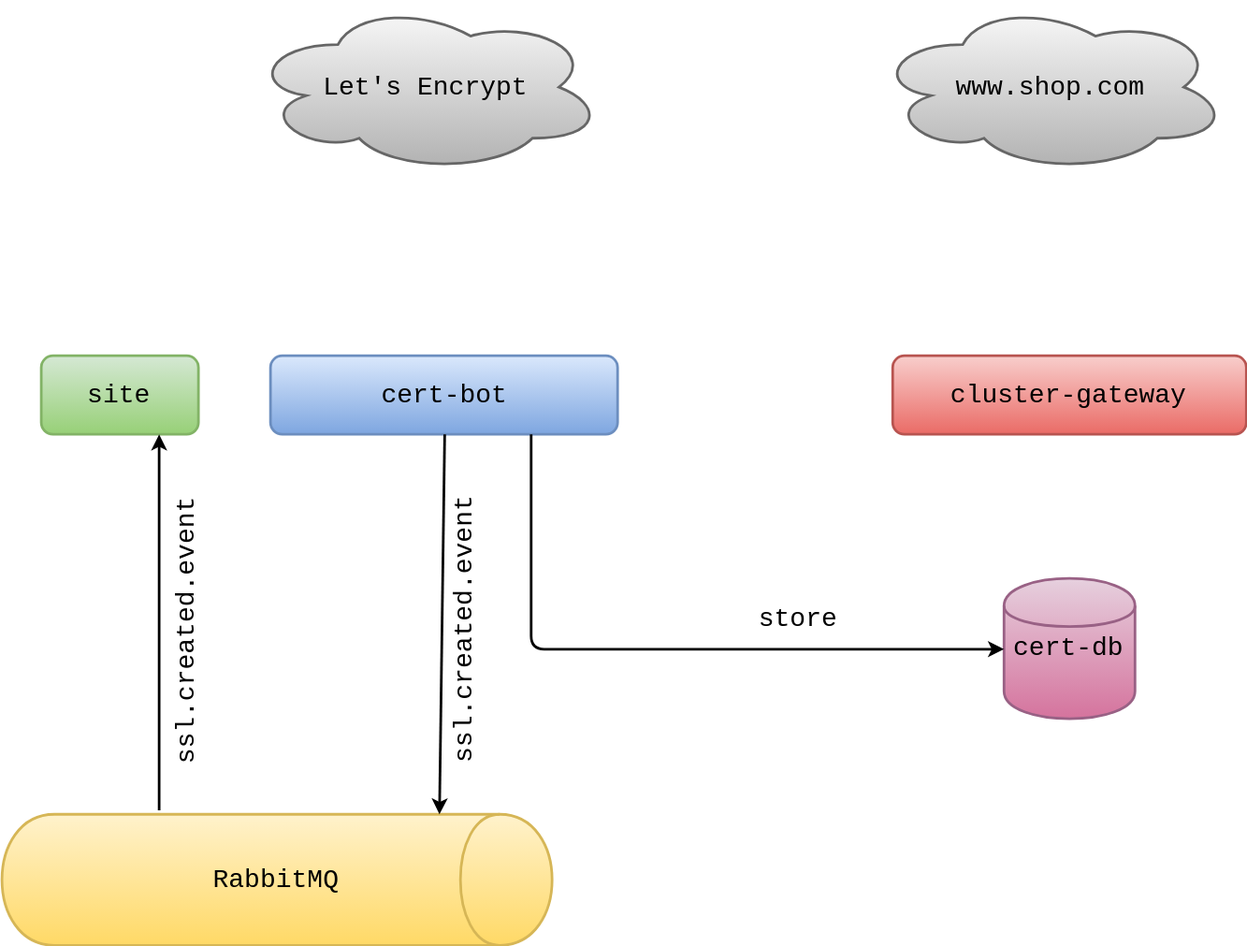
The draw.io diagram presentations/lets-encrypt/img/certbot-3.svg in unabris/epages-docs, before a commit. Source tidied: cells renumbered, new cells last; positions are measured from the earlier drawing's top-left corner, leaving out a move shared by most shapes. The source it was exported from:
```xml
<mxGraphModel background="#ffffff">
  <root>
    <mxCell id="0" />
    <mxCell id="1" parent="0" />
    <mxCell id="2" value="cluster-gateway" style="rounded=1;whiteSpace=wrap;html=1;shadow=0;glass=0;comic=0;labelBackgroundColor=none;strokeColor=#b85450;strokeWidth=2;fillColor=#f8cecc;fontFamily=Courier New;fontSize=20;fontColor=#000000;align=center;gradientColor=#ea6b66;" parent="1" vertex="1">
      <mxGeometry x="680" y="270" width="270" height="60" as="geometry" />
    </mxCell>
    <mxCell id="3" value="RabbitMQ" style="shape=cylinder;whiteSpace=wrap;html=1;rounded=1;shadow=0;glass=0;comic=0;labelBackgroundColor=none;strokeColor=#d6b656;strokeWidth=2;fillColor=#fff2cc;gradientColor=#ffd966;fontFamily=Courier New;fontSize=20;fontColor=#000000;align=center;direction=south;gradientDirection=east;" parent="1" vertex="1">
      <mxGeometry y="620" width="420" height="100" as="geometry" />
    </mxCell>
    <mxCell id="4" value="cert-db" style="shape=cylinder;whiteSpace=wrap;html=1;rounded=1;shadow=0;glass=0;comic=0;labelBackgroundColor=none;strokeColor=#996185;strokeWidth=2;fillColor=#e6d0de;gradientColor=#d5739d;fontFamily=Courier New;fontSize=20;fontColor=#000000;align=center;" parent="1" vertex="1">
      <mxGeometry x="765" y="440" width="100" height="107" as="geometry" />
    </mxCell>
    <mxCell id="5" value="Let's Encrypt" style="ellipse;shape=cloud;whiteSpace=wrap;html=1;rounded=1;shadow=0;glass=0;comic=0;labelBackgroundColor=none;strokeColor=#666666;strokeWidth=2;fillColor=#f5f5f5;gradientColor=#b3b3b3;fontFamily=Courier New;fontSize=20;fontColor=#000000;align=center;" parent="1" vertex="1">
      <mxGeometry x="189" width="270" height="130" as="geometry" />
    </mxCell>
    <mxCell id="6" value="cert-bot" style="rounded=1;whiteSpace=wrap;html=1;shadow=0;glass=0;comic=0;labelBackgroundColor=none;strokeColor=#6c8ebf;strokeWidth=2;fillColor=#dae8fc;gradientColor=#7ea6e0;fontFamily=Courier New;fontSize=20;fontColor=#000000;align=center;" parent="1" vertex="1">
      <mxGeometry x="205" y="270" width="265" height="60" as="geometry" />
    </mxCell>
    <mxCell id="7" value="site" style="rounded=1;whiteSpace=wrap;html=1;shadow=0;glass=0;comic=0;labelBackgroundColor=none;strokeColor=#82b366;strokeWidth=2;fillColor=#d5e8d4;gradientColor=#97d077;fontFamily=Courier New;fontSize=20;fontColor=#000000;align=center;" parent="1" vertex="1">
      <mxGeometry x="30" y="270" width="120" height="60" as="geometry" />
    </mxCell>
    <mxCell id="8" value="www.shop.com" style="ellipse;shape=cloud;whiteSpace=wrap;html=1;rounded=1;shadow=0;glass=0;comic=0;labelBackgroundColor=none;strokeColor=#666666;strokeWidth=2;fillColor=#f5f5f5;gradientColor=#b3b3b3;fontFamily=Courier New;fontSize=20;fontColor=#000000;align=center;" parent="1" vertex="1">
      <mxGeometry x="666" width="270" height="130" as="geometry" />
    </mxCell>
    <mxCell id="9" style="endArrow=classic;html=1;shadow=0;strokeColor=#000000;strokeWidth=2;gradientColor=none;fontFamily=Courier New;fontSize=20;fontColor=#000000;exitX=0.5;exitY=1;" parent="1" edge="1" source="6">
      <mxGeometry relative="1" as="geometry">
        <mxPoint x="334" y="620" as="targetPoint" />
      </mxGeometry>
    </mxCell>
    <mxCell id="10" value="ssl.created.event" style="text;html=1;align=center;verticalAlign=middle;labelBackgroundColor=#ffffff;fontSize=20;fontFamily=Courier New;fontColor=#000000;rotation=270;" parent="9" vertex="1">
      <mxGeometry x="-0.51" y="-3" relative="1" as="geometry">
        <mxPoint x="18" y="79" as="offset" />
      </mxGeometry>
    </mxCell>
    <mxCell id="11" style="endArrow=classic;html=1;shadow=0;strokeColor=#000000;strokeWidth=2;gradientColor=none;fontFamily=Courier New;fontSize=20;fontColor=#000000;entryX=0.75;entryY=1;" parent="1" edge="1" target="7">
      <mxGeometry relative="1" as="geometry">
        <mxPoint x="120" y="617" as="sourcePoint" />
      </mxGeometry>
    </mxCell>
    <mxCell id="12" value="ssl.created.event" style="text;html=1;align=center;verticalAlign=middle;labelBackgroundColor=#ffffff;fontSize=20;fontFamily=Courier New;fontColor=#000000;rotation=270;" parent="11" vertex="1">
      <mxGeometry x="-0.01" relative="1" as="geometry">
        <mxPoint x="20" y="5" as="offset" />
      </mxGeometry>
    </mxCell>
    <mxCell id="13" style="endArrow=classic;html=1;shadow=0;strokeColor=#000000;strokeWidth=2;gradientColor=none;fontFamily=Courier New;fontSize=20;fontColor=#000000;entryX=0;entryY=0.5;exitX=0.75;exitY=1;" parent="1" edge="1" source="6" target="4">
      <mxGeometry relative="1" as="geometry">
        <Array as="points">
          <mxPoint x="404" y="494" />
        </Array>
      </mxGeometry>
    </mxCell>
    <mxCell id="14" value="store" style="text;html=1;align=center;verticalAlign=middle;labelBackgroundColor=#ffffff;fontSize=20;fontFamily=Courier New;fontColor=#000000;" parent="13" vertex="1">
      <mxGeometry x="0.39" y="-1" relative="1" as="geometry">
        <mxPoint x="3" y="-25" as="offset" />
      </mxGeometry>
    </mxCell>
  </root>
</mxGraphModel>
```
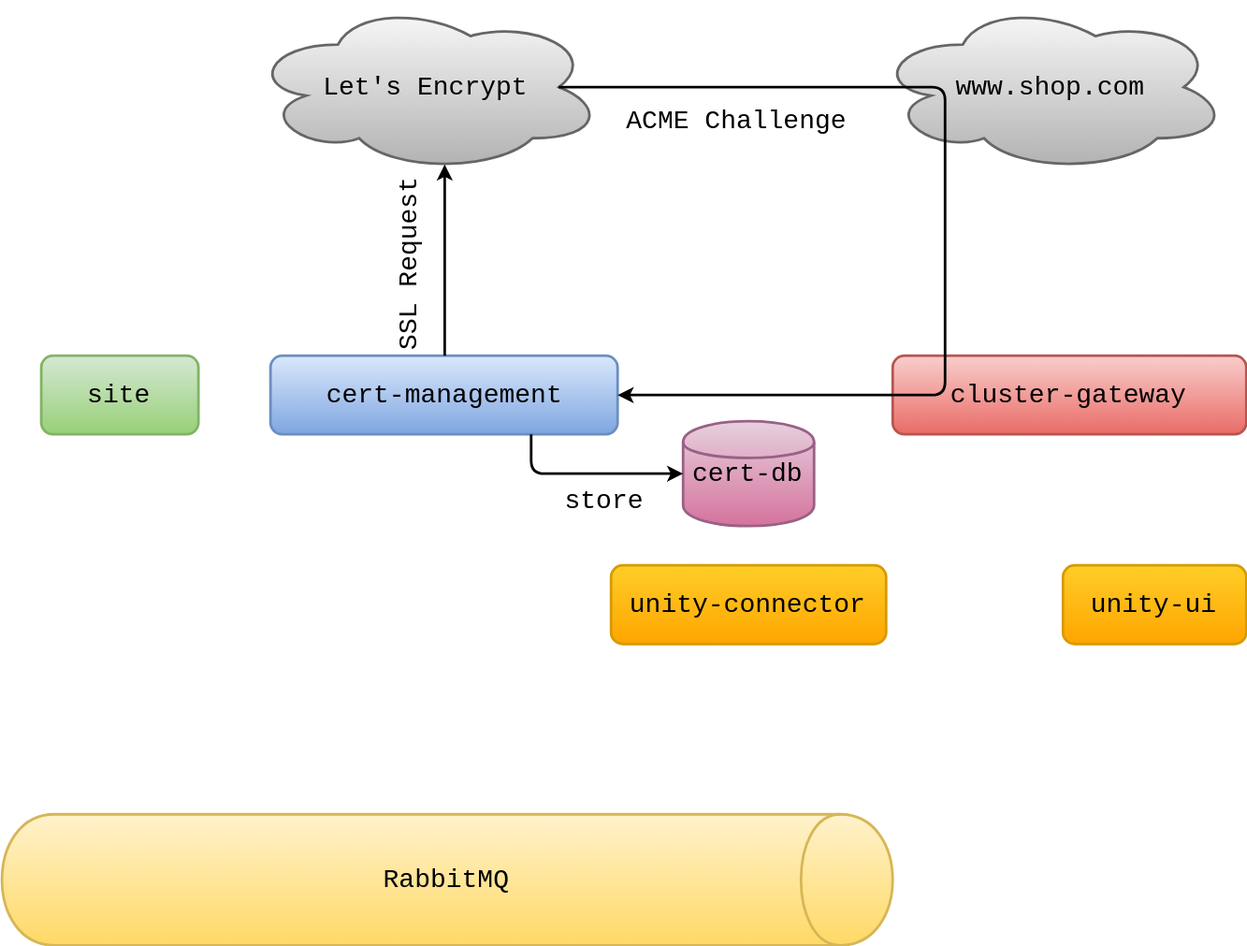
After the commit.

Change to the diagram source:
```diff
@@ -6,15 +6,15 @@
       <mxGeometry x="680" y="270" width="270" height="60" as="geometry" />
     </mxCell>
     <mxCell id="3" value="RabbitMQ" style="shape=cylinder;whiteSpace=wrap;html=1;rounded=1;shadow=0;glass=0;comic=0;labelBackgroundColor=none;strokeColor=#d6b656;strokeWidth=2;fillColor=#fff2cc;gradientColor=#ffd966;fontFamily=Courier New;fontSize=20;fontColor=#000000;align=center;direction=south;gradientDirection=east;" parent="1" vertex="1">
-      <mxGeometry y="620" width="420" height="100" as="geometry" />
+      <mxGeometry y="620" width="680" height="100" as="geometry" />
     </mxCell>
     <mxCell id="4" value="cert-db" style="shape=cylinder;whiteSpace=wrap;html=1;rounded=1;shadow=0;glass=0;comic=0;labelBackgroundColor=none;strokeColor=#996185;strokeWidth=2;fillColor=#e6d0de;gradientColor=#d5739d;fontFamily=Courier New;fontSize=20;fontColor=#000000;align=center;" parent="1" vertex="1">
-      <mxGeometry x="765" y="440" width="100" height="107" as="geometry" />
+      <mxGeometry x="520" y="320" width="100" height="80" as="geometry" />
     </mxCell>
     <mxCell id="5" value="Let's Encrypt" style="ellipse;shape=cloud;whiteSpace=wrap;html=1;rounded=1;shadow=0;glass=0;comic=0;labelBackgroundColor=none;strokeColor=#666666;strokeWidth=2;fillColor=#f5f5f5;gradientColor=#b3b3b3;fontFamily=Courier New;fontSize=20;fontColor=#000000;align=center;" parent="1" vertex="1">
       <mxGeometry x="189" width="270" height="130" as="geometry" />
     </mxCell>
-    <mxCell id="6" value="cert-bot" style="rounded=1;whiteSpace=wrap;html=1;shadow=0;glass=0;comic=0;labelBackgroundColor=none;strokeColor=#6c8ebf;strokeWidth=2;fillColor=#dae8fc;gradientColor=#7ea6e0;fontFamily=Courier New;fontSize=20;fontColor=#000000;align=center;" parent="1" vertex="1">
+    <mxCell id="6" value="cert-management" style="rounded=1;whiteSpace=wrap;html=1;shadow=0;glass=0;comic=0;labelBackgroundColor=none;strokeColor=#6c8ebf;strokeWidth=2;fillColor=#dae8fc;gradientColor=#7ea6e0;fontFamily=Courier New;fontSize=20;fontColor=#000000;align=center;" parent="1" vertex="1">
       <mxGeometry x="205" y="270" width="265" height="60" as="geometry" />
     </mxCell>
     <mxCell id="7" value="site" style="rounded=1;whiteSpace=wrap;html=1;shadow=0;glass=0;comic=0;labelBackgroundColor=none;strokeColor=#82b366;strokeWidth=2;fillColor=#d5e8d4;gradientColor=#97d077;fontFamily=Courier New;fontSize=20;fontColor=#000000;align=center;" parent="1" vertex="1">
@@ -23,37 +23,44 @@
     <mxCell id="8" value="www.shop.com" style="ellipse;shape=cloud;whiteSpace=wrap;html=1;rounded=1;shadow=0;glass=0;comic=0;labelBackgroundColor=none;strokeColor=#666666;strokeWidth=2;fillColor=#f5f5f5;gradientColor=#b3b3b3;fontFamily=Courier New;fontSize=20;fontColor=#000000;align=center;" parent="1" vertex="1">
       <mxGeometry x="666" width="270" height="130" as="geometry" />
     </mxCell>
-    <mxCell id="9" style="endArrow=classic;html=1;shadow=0;strokeColor=#000000;strokeWidth=2;gradientColor=none;fontFamily=Courier New;fontSize=20;fontColor=#000000;exitX=0.5;exitY=1;" parent="1" edge="1" source="6">
-      <mxGeometry relative="1" as="geometry">
-        <mxPoint x="334" y="620" as="targetPoint" />
-      </mxGeometry>
-    </mxCell>
-    <mxCell id="10" value="ssl.created.event" style="text;html=1;align=center;verticalAlign=middle;labelBackgroundColor=#ffffff;fontSize=20;fontFamily=Courier New;fontColor=#000000;rotation=270;" parent="9" vertex="1">
-      <mxGeometry x="-0.51" y="-3" relative="1" as="geometry">
-        <mxPoint x="18" y="79" as="offset" />
-      </mxGeometry>
-    </mxCell>
-    <mxCell id="11" style="endArrow=classic;html=1;shadow=0;strokeColor=#000000;strokeWidth=2;gradientColor=none;fontFamily=Courier New;fontSize=20;fontColor=#000000;entryX=0.75;entryY=1;" parent="1" edge="1" target="7">
-      <mxGeometry relative="1" as="geometry">
-        <mxPoint x="120" y="617" as="sourcePoint" />
-      </mxGeometry>
-    </mxCell>
-    <mxCell id="12" value="ssl.created.event" style="text;html=1;align=center;verticalAlign=middle;labelBackgroundColor=#ffffff;fontSize=20;fontFamily=Courier New;fontColor=#000000;rotation=270;" parent="11" vertex="1">
-      <mxGeometry x="-0.01" relative="1" as="geometry">
-        <mxPoint x="20" y="5" as="offset" />
-      </mxGeometry>
-    </mxCell>
+    <mxCell id="15" style="endArrow=classic;html=1;shadow=0;strokeColor=#000000;strokeWidth=2;gradientColor=none;fontFamily=Courier New;fontSize=20;fontColor=#000000;exitX=0.5;exitY=0;entryX=0.55;entryY=0.95;entryPerimeter=0;" parent="1" edge="1" source="6" target="5">
+      <mxGeometry relative="1" as="geometry" />
+    </mxCell>
+    <mxCell id="16" value="SSL Request" style="text;html=1;align=center;verticalAlign=middle;labelBackgroundColor=none;fontSize=20;fontFamily=Courier New;fontColor=#000000;direction=south;rotation=-90;" parent="15" vertex="1">
+      <mxGeometry x="0.34" y="-1" relative="1" as="geometry">
+        <mxPoint x="-29" y="28" as="offset" />
+      </mxGeometry>
+    </mxCell>
+    <mxCell id="17" style="endArrow=classic;html=1;shadow=0;strokeColor=#000000;strokeWidth=2;gradientColor=none;fontFamily=Courier New;fontSize=20;fontColor=#000000;exitX=0.875;exitY=0.5;exitPerimeter=0;entryX=1;entryY=0.5;" parent="1" edge="1" source="5" target="6">
+      <mxGeometry relative="1" as="geometry">
+        <Array as="points">
+          <mxPoint x="720" y="65" />
+          <mxPoint x="720" y="300" />
+        </Array>
+      </mxGeometry>
+    </mxCell>
+    <mxCell id="18" value="ACME Challenge" style="text;html=1;align=center;verticalAlign=middle;labelBackgroundColor=none;fontSize=20;fontFamily=Courier New;fontColor=#000000;" parent="17" vertex="1">
+      <mxGeometry x="-0.09" y="1" relative="1" as="geometry">
+        <mxPoint x="-161" y="-34" as="offset" />
+      </mxGeometry>
+    </mxCell>
     <mxCell id="13" style="endArrow=classic;html=1;shadow=0;strokeColor=#000000;strokeWidth=2;gradientColor=none;fontFamily=Courier New;fontSize=20;fontColor=#000000;entryX=0;entryY=0.5;exitX=0.75;exitY=1;" parent="1" edge="1" source="6" target="4">
       <mxGeometry relative="1" as="geometry">
         <Array as="points">
-          <mxPoint x="404" y="494" />
+          <mxPoint x="404" y="360" />
         </Array>
       </mxGeometry>
     </mxCell>
-    <mxCell id="14" value="store" style="text;html=1;align=center;verticalAlign=middle;labelBackgroundColor=#ffffff;fontSize=20;fontFamily=Courier New;fontColor=#000000;" parent="13" vertex="1">
+    <mxCell id="14" value="store" style="text;html=1;align=center;verticalAlign=middle;labelBackgroundColor=none;fontSize=20;fontFamily=Courier New;fontColor=#000000;" parent="13" vertex="1">
       <mxGeometry x="0.39" y="-1" relative="1" as="geometry">
-        <mxPoint x="3" y="-25" as="offset" />
+        <mxPoint x="-16" y="19" as="offset" />
       </mxGeometry>
     </mxCell>
+    <mxCell id="19" value="unity-connector" style="rounded=1;whiteSpace=wrap;html=1;shadow=0;glass=0;comic=0;labelBackgroundColor=none;strokeColor=#d79b00;strokeWidth=2;fillColor=#ffcd28;gradientColor=#ffa500;fontFamily=Courier New;fontSize=20;fontColor=#000000;align=center;" parent="1" vertex="1">
+      <mxGeometry x="465" y="430" width="210" height="60" as="geometry" />
+    </mxCell>
+    <mxCell id="20" value="unity-ui" style="rounded=1;whiteSpace=wrap;html=1;shadow=0;glass=0;comic=0;labelBackgroundColor=none;strokeColor=#d79b00;strokeWidth=2;fillColor=#ffcd28;gradientColor=#ffa500;fontFamily=Courier New;fontSize=20;fontColor=#000000;align=center;" parent="1" vertex="1">
+      <mxGeometry x="810" y="430" width="140" height="60" as="geometry" />
+    </mxCell>
   </root>
 </mxGraphModel>
```
